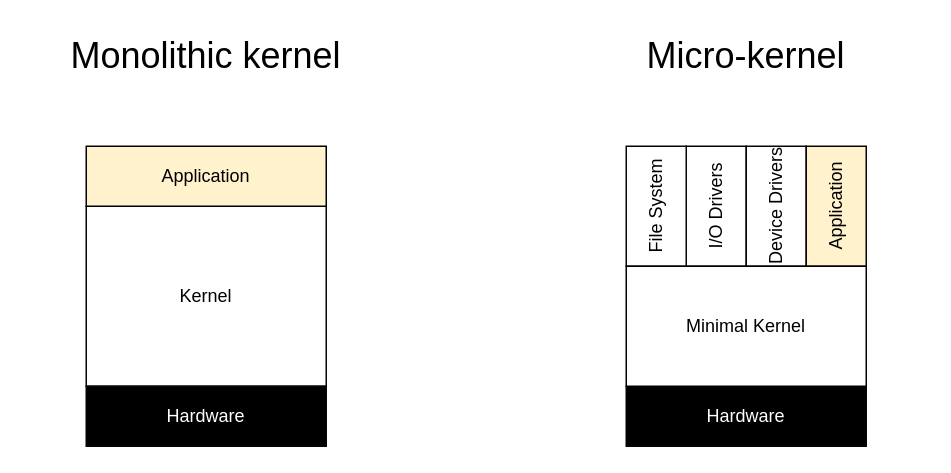
The draw.io diagram assets/kernel_types.drawio in bench-os/thesis, before the edit. Source tidied: cells renumbered, new cells numbered last; positions are measured from the earlier drawing's top-left corner, leaving out a move shared by most shapes. Both pictures are drawn from the tidied source at 150%, with x=0, y=0 at pixel (26, 26).
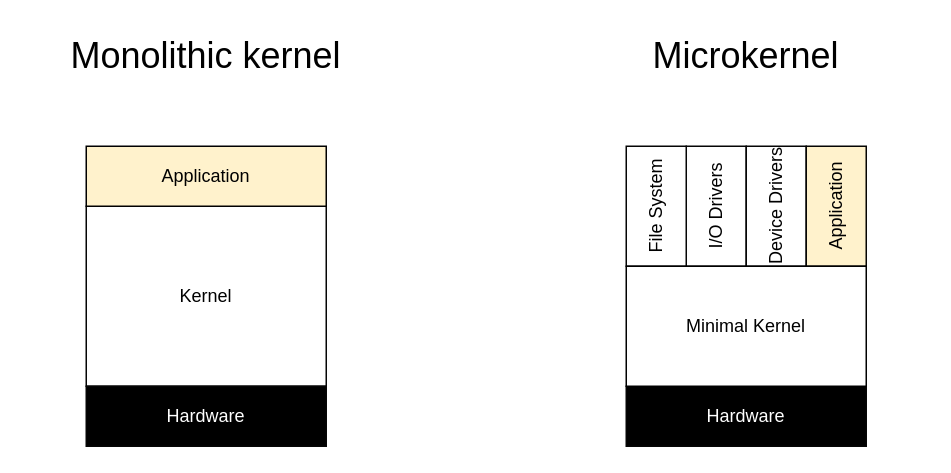
The same diagram, later.

What changed in the source:
```diff
@@
 <mxGraphModel>
   <root>
     <mxCell id="0" />
     <mxCell id="1" parent="0" />
     <mxCell id="2" value="I/O Drivers&lt;br&gt;" style="rounded=0;whiteSpace=wrap;html=1;strokeColor=#050505;fillColor=#FFFFFF;fontColor=#000000;horizontal=0;" parent="1" vertex="1">
       <mxGeometry x="440" y="80" width="40" height="80" as="geometry" />
     </mxCell>
     <mxCell id="3" value="File System" style="rounded=0;whiteSpace=wrap;html=1;strokeColor=#050505;fillColor=#FFFFFF;fontColor=#000000;horizontal=0;" parent="1" vertex="1">
       <mxGeometry x="400" y="80" width="40" height="80" as="geometry" />
     </mxCell>
     <mxCell id="4" value="Device Drivers" style="rounded=0;whiteSpace=wrap;html=1;strokeColor=#050505;fillColor=#FFFFFF;fontColor=#000000;horizontal=0;" parent="1" vertex="1">
       <mxGeometry x="480" y="80" width="40" height="80" as="geometry" />
     </mxCell>
     <mxCell id="5" value="Kernel&lt;br&gt;" style="rounded=0;whiteSpace=wrap;html=1;strokeColor=#050505;fillColor=#FFFFFF;fontColor=#000000;" parent="1" vertex="1">
       <mxGeometry x="40" y="120" width="160" height="120" as="geometry" />
     </mxCell>
     <mxCell id="6" value="Application" style="rounded=0;whiteSpace=wrap;html=1;fillColor=#fff2cc;strokeColor=#050402;horizontal=0;" parent="1" vertex="1">
       <mxGeometry x="520" y="80" width="40" height="80" as="geometry" />
     </mxCell>
     <mxCell id="7" value="Hardware" style="rounded=0;whiteSpace=wrap;html=1;fillColor=#000000;strokeColor=#050505;fontColor=#FFFFFF;" parent="1" vertex="1">
       <mxGeometry x="40" y="240" width="160" height="40" as="geometry" />
     </mxCell>
     <mxCell id="8" value="Application" style="rounded=0;whiteSpace=wrap;html=1;strokeColor=#000000;fillColor=#fff2cc;" parent="1" vertex="1">
       <mxGeometry x="40" y="80" width="160" height="40" as="geometry" />
     </mxCell>
     <mxCell id="9" value="Hardware" style="rounded=0;whiteSpace=wrap;html=1;fillColor=#000000;strokeColor=#050505;fontColor=#FFFFFF;" parent="1" vertex="1">
       <mxGeometry x="400" y="240" width="160" height="40" as="geometry" />
     </mxCell>
     <mxCell id="10" value="Minimal Kernel&lt;br&gt;" style="rounded=0;whiteSpace=wrap;html=1;" parent="1" vertex="1">
       <mxGeometry x="400" y="160" width="160" height="80" as="geometry" />
     </mxCell>
     <mxCell id="11" value="&lt;font style=&quot;font-size: 24px&quot;&gt;Monolithic kernel&lt;/font&gt;" style="text;html=1;strokeColor=none;fillColor=none;align=center;verticalAlign=middle;whiteSpace=wrap;rounded=0;fontColor=#000000;" parent="1" vertex="1">
       <mxGeometry width="240" height="40" as="geometry" />
     </mxCell>
-    <mxCell id="12" value="Micro-kernel&lt;br style=&quot;font-size: 24px&quot;&gt;" style="text;html=1;strokeColor=none;fillColor=none;align=center;verticalAlign=middle;whiteSpace=wrap;rounded=0;fontColor=#000000;fontSize=24;" parent="1" vertex="1">
+    <mxCell id="12" value="Microkernel&lt;br style=&quot;font-size: 24px&quot;&gt;" style="text;html=1;strokeColor=none;fillColor=none;align=center;verticalAlign=middle;whiteSpace=wrap;rounded=0;fontColor=#000000;fontSize=24;" parent="1" vertex="1">
       <mxGeometry x="360" width="240" height="40" as="geometry" />
     </mxCell>
   </root>
 </mxGraphModel>
```
